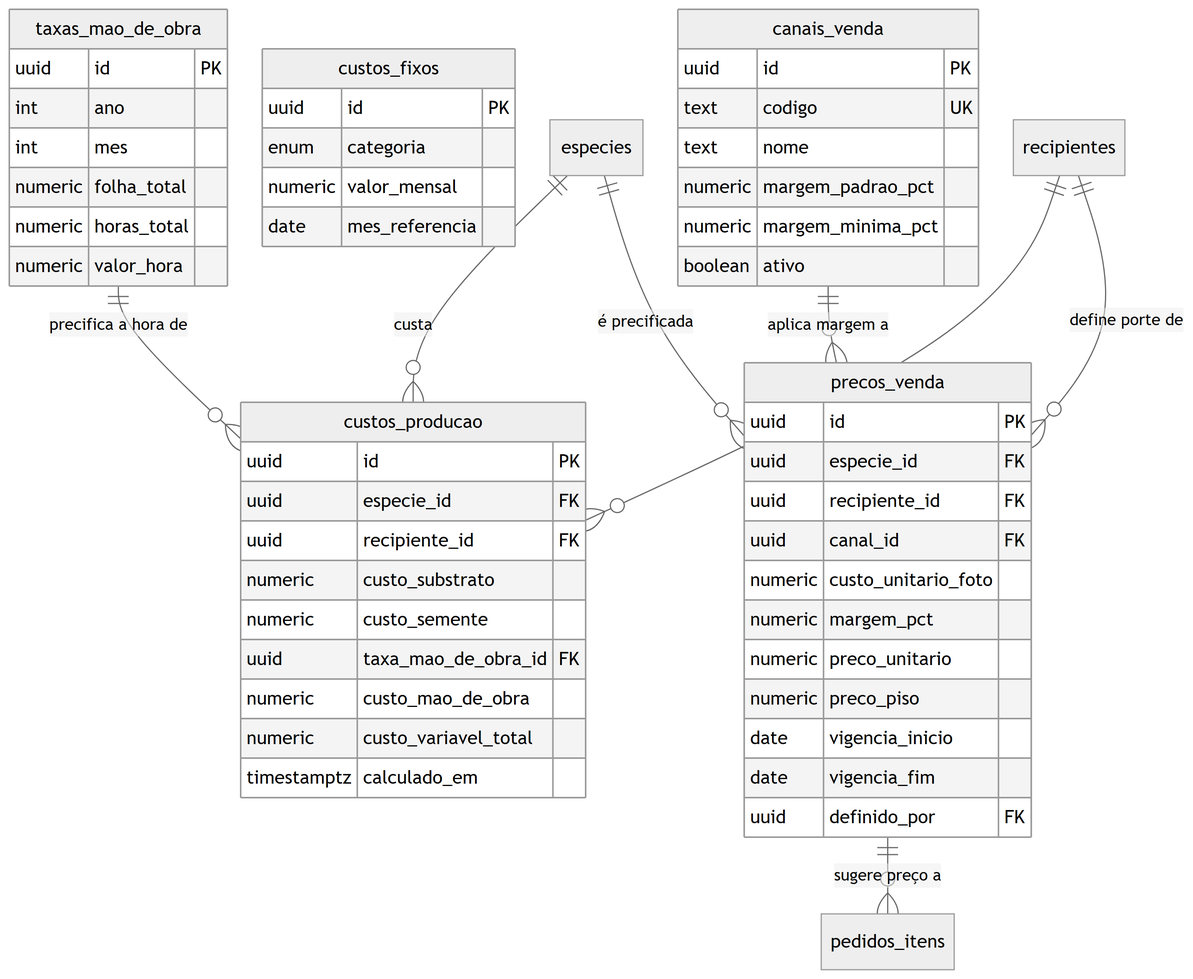
Above: docs/engenharia/modelo-dados-pt/img/fig20-financeiro-custo-preco.png in JoaoMudar/mudar (Mermaid), before the change. Its source is kept beside it as docs/engenharia/modelo-dados-pt/mmd/fig20-financeiro-custo-preco.mmd. Its diagram source:
```mermaid
erDiagram
  taxas_mao_de_obra {
    uuid id PK
    int ano
    int mes
    numeric folha_total
    numeric horas_total
    numeric valor_hora
  }
  custos_fixos {
    uuid id PK
    enum categoria
    numeric valor_mensal
    date mes_referencia
  }
  custos_producao {
    uuid id PK
    uuid especie_id FK
    uuid recipiente_id FK
    numeric custo_substrato
    numeric custo_semente
    uuid taxa_mao_de_obra_id FK
    numeric custo_mao_de_obra
    numeric custo_variavel_total
    timestamptz calculado_em
  }
  canais_venda {
    uuid id PK
    text codigo UK
    text nome
    numeric margem_padrao_pct
    numeric margem_minima_pct
    boolean ativo
  }
  precos_venda {
    uuid id PK
    uuid especie_id FK
    uuid recipiente_id FK
    uuid canal_id FK
    numeric custo_unitario_foto
    numeric margem_pct
    numeric preco_unitario
    numeric preco_piso
    date vigencia_inicio
    date vigencia_fim
    uuid definido_por FK
  }
  especies {
  }
  recipientes {
  }
  pedidos_itens {
  }

  taxas_mao_de_obra ||--o{ custos_producao : "precifica a hora de"
  especies     ||--o{ custos_producao : "custa"
  recipientes  ||--o{ custos_producao : "determina"
  canais_venda ||--o{ precos_venda    : "aplica margem a"
  especies     ||--o{ precos_venda    : "é precificada"
  recipientes  ||--o{ precos_venda    : "define porte de"
  precos_venda ||--o{ pedidos_itens   : "sugere preço a"
```
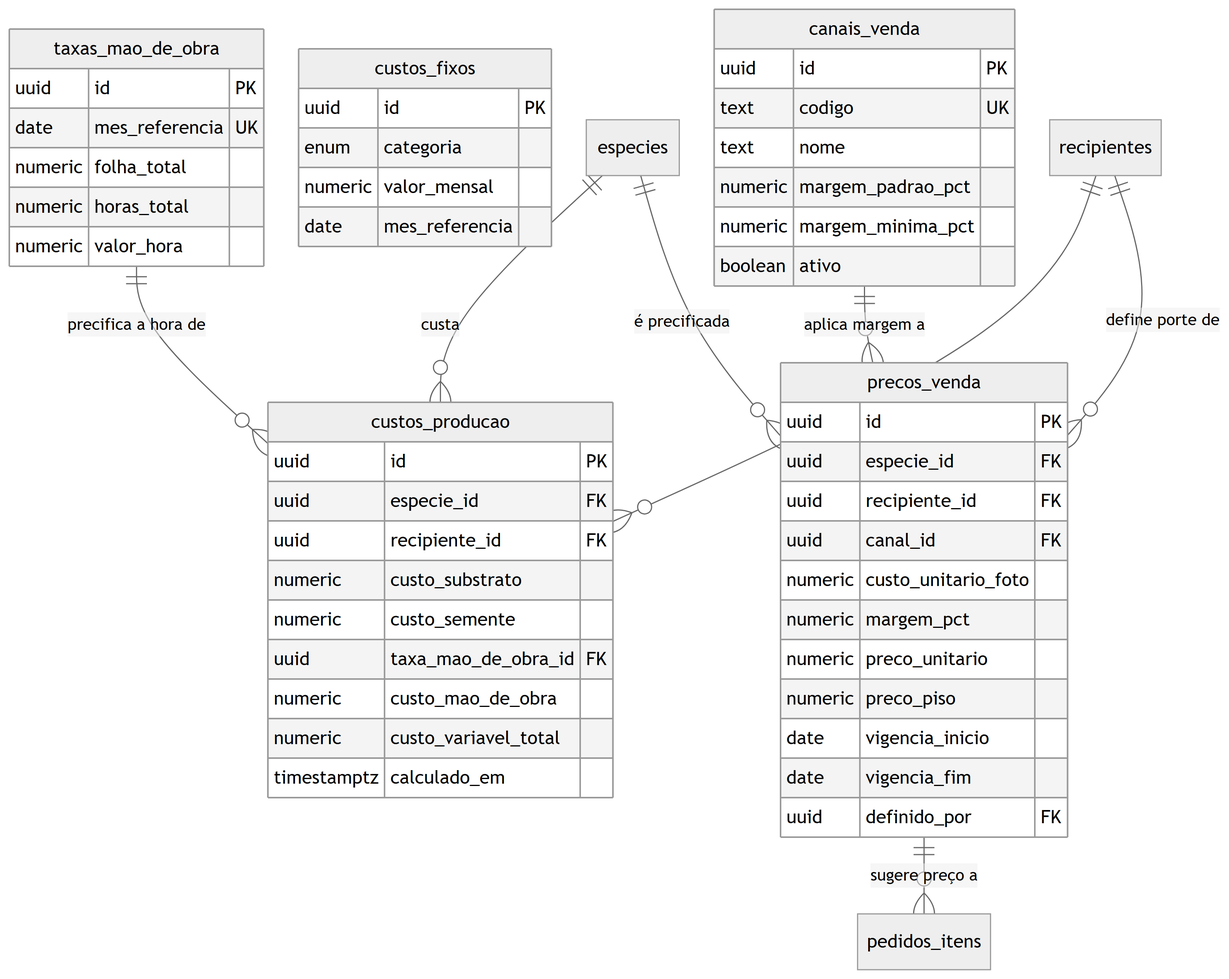
Above is the later version.

Change to the diagram source:
```diff
@@ -1,8 +1,7 @@
 erDiagram
   taxas_mao_de_obra {
     uuid id PK
-    int ano
-    int mes
+    date mes_referencia UK
     numeric folha_total
     numeric horas_total
     numeric valor_hora
```
